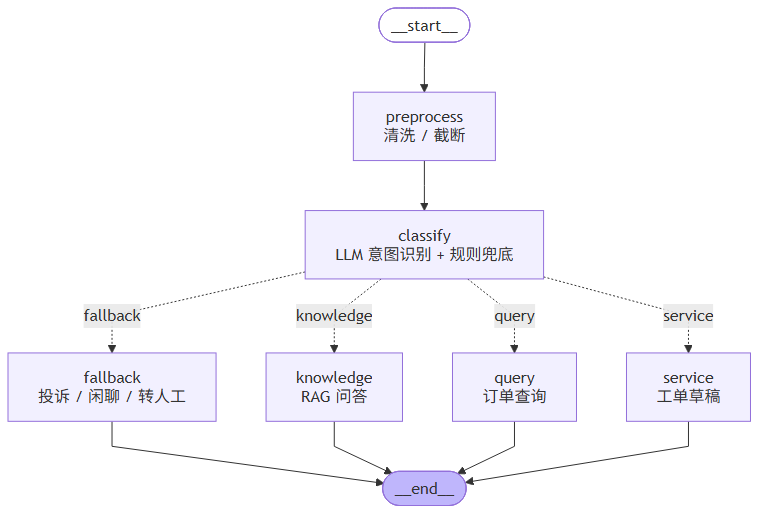
The Mermaid diagram docs/graph.png in II777II/qa-ticket-agent, before a commit. Its source is kept beside it as docs/graph.mmd.
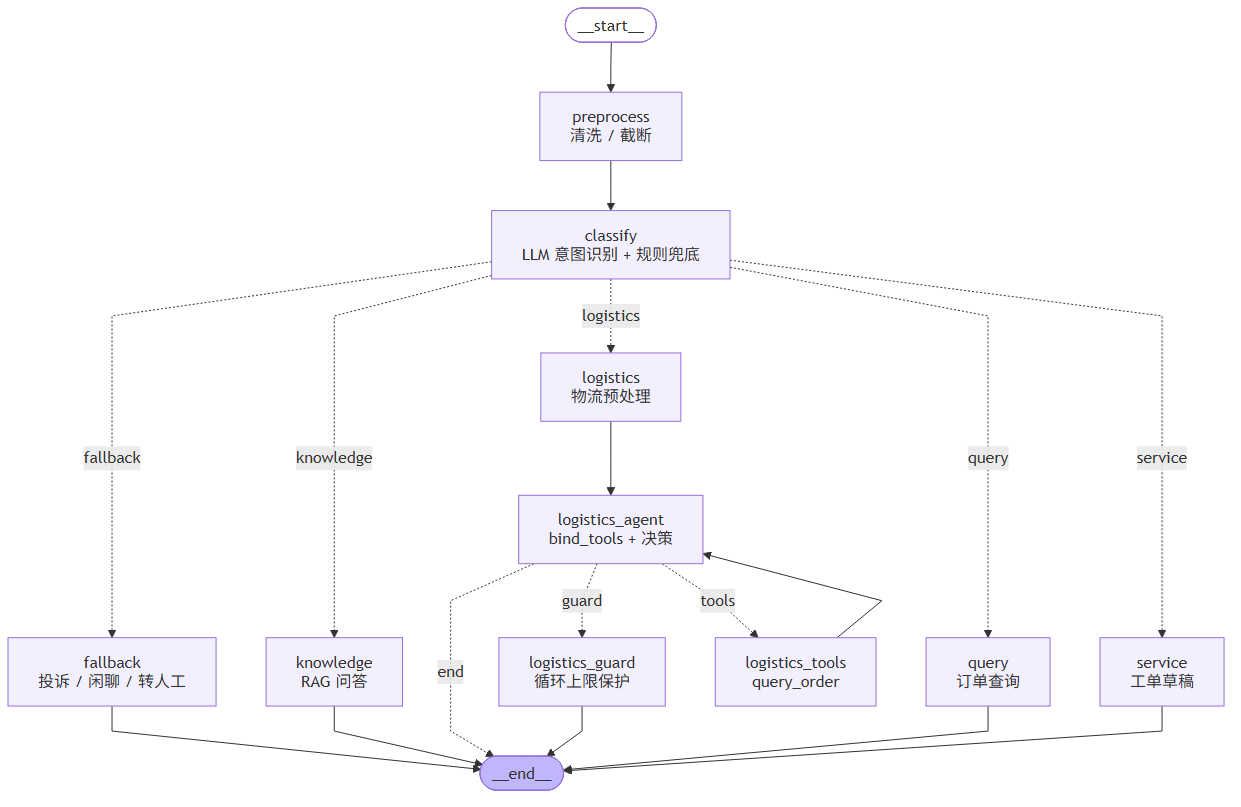
After the change.

Change to the diagram source:
```diff
@@ -10,16 +10,27 @@
 	knowledge["knowledge<br/>RAG 问答"]
 	query["query<br/>订单查询"]
 	service["service<br/>工单草稿"]
+	logistics["logistics<br/>物流预处理"]
+	logistics_agent["logistics_agent<br/>bind_tools + 决策"]
+	logistics_guard["logistics_guard<br/>循环上限保护"]
 	fallback["fallback<br/>投诉 / 闲聊 / 转人工"]
+	logistics_tools["logistics_tools<br/>query_order"]
 	__end__([<p>__end__</p>]):::last
 	__start__ --> preprocess;
 	classify -.->|fallback| fallback;
 	classify -.->|knowledge| knowledge;
+	classify -.->|logistics| logistics;
 	classify -.->|query| query;
 	classify -.->|service| service;
+	logistics --> logistics_agent;
+	logistics_agent -. &nbsp;end&nbsp; .-> __end__;
+	logistics_agent -. &nbsp;guard&nbsp; .-> logistics_guard;
+	logistics_agent -. &nbsp;tools&nbsp; .-> logistics_tools;
+	logistics_tools --> logistics_agent;
 	preprocess --> classify;
 	fallback --> __end__;
 	knowledge --> __end__;
+	logistics_guard --> __end__;
 	query --> __end__;
 	service --> __end__;
 	classDef default fill:#f2f0ff,line-height:1.2
```
